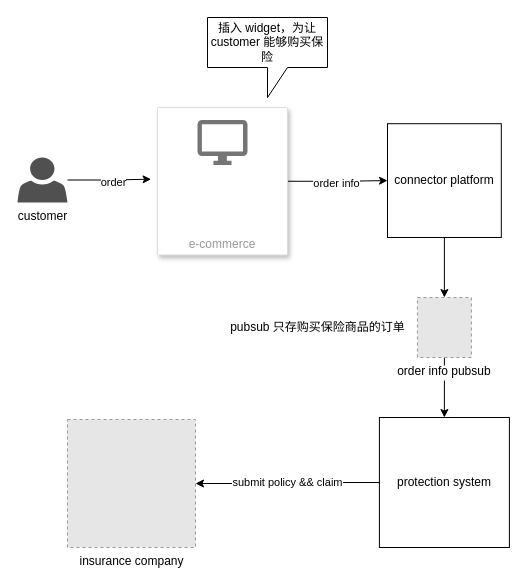
This is Untitled Diagram.drawio from ilikebug/drawio, a draw.io file, before an edit. Source tidied: cells renumbered, new cells numbered last; positions are measured from the earlier drawing's top-left corner, leaving out a move shared by most shapes. Both pictures are drawn from the tidied source at 100%, with x=0, y=0 at pixel (17, 17). Pictures stored in the file or linked from it are replaced by grey dashed boxes.
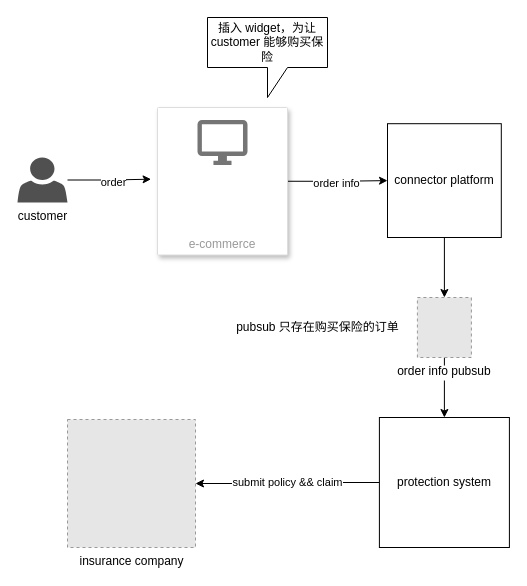
After the change.

Diff of the diagram source:
```diff
@@
 <mxGraphModel>
   <root>
     <mxCell id="0" />
     <mxCell id="1" parent="0" />
     <mxCell id="2" style="edgeStyle=orthogonalEdgeStyle;rounded=0;jettySize=auto;html=1;entryX=0.03;entryY=0.524;entryDx=0;entryDy=0;entryPerimeter=0;" parent="1" edge="1" source="4">
       <mxGeometry relative="1" as="geometry">
         <mxPoint x="133.6" y="161.7" as="targetPoint" />
       </mxGeometry>
     </mxCell>
     <mxCell id="3" value="order" style="edgeLabel;html=1;align=center;verticalAlign=middle;" parent="2" vertex="1">
       <mxGeometry x="0.1" y="-2" relative="1" as="geometry" />
     </mxCell>
     <mxCell id="4" value="customer&lt;br&gt;" style="sketch=0;shadow=0;dashed=0;html=1;strokeColor=none;fillColor=#505050;labelPosition=center;verticalLabelPosition=bottom;verticalAlign=top;outlineConnect=0;align=center;shape=mxgraph.office.users.user;" parent="1" vertex="1">
       <mxGeometry y="140" width="50" height="45" as="geometry" />
     </mxCell>
     <mxCell id="5" style="edgeStyle=orthogonalEdgeStyle;rounded=0;jettySize=auto;html=1;exitX=1;exitY=0.5;exitDx=0;exitDy=0;entryX=0;entryY=0.5;entryDx=0;entryDy=0;" parent="1" edge="1" source="7" target="13">
       <mxGeometry relative="1" as="geometry" />
     </mxCell>
     <mxCell id="6" value="order info" style="edgeLabel;html=1;align=center;verticalAlign=middle;" parent="5" vertex="1">
       <mxGeometry x="-0.02" y="-2" relative="1" as="geometry" />
     </mxCell>
     <mxCell id="7" value="e-commerce" style="strokeColor=#dddddd;shadow=1;strokeWidth=1;rounded=1;absoluteArcSize=1;arcSize=2;labelPosition=center;verticalLabelPosition=middle;align=center;verticalAlign=bottom;spacingLeft=0;fontColor=#999999;fontSize=12;whiteSpace=wrap;spacingBottom=2;" parent="1" vertex="1">
       <mxGeometry x="140" y="90" width="130" height="147.5" as="geometry" />
     </mxCell>
     <mxCell id="8" style="sketch=0;dashed=0;html=1;fillColor=#757575;strokeColor=none;shape=mxgraph.gcp2.desktop;" parent="7" vertex="1">
       <mxGeometry x="0.5" width="50" height="45" relative="1" as="geometry">
         <mxPoint x="-25" y="12.5" as="offset" />
       </mxGeometry>
     </mxCell>
     <mxCell id="9" value="插入 widget，为让 customer 能够购买保险" style="shape=callout;whiteSpace=wrap;html=1;perimeter=calloutPerimeter;" parent="1" vertex="1">
       <mxGeometry x="190" width="120" height="80" as="geometry" />
     </mxCell>
     <mxCell id="10" style="edgeStyle=orthogonalEdgeStyle;rounded=0;jettySize=auto;html=1;exitX=0.5;exitY=1;exitDx=0;exitDy=0;entryX=0.5;entryY=0;entryDx=0;entryDy=0;" parent="1" edge="1" source="11" target="15">
       <mxGeometry relative="1" as="geometry" />
     </mxCell>
     <mxCell id="11" value="order info pubsub" style="fillColor=#E6E6E6;strokeColor=#999999;dashed=1;verticalLabelPosition=bottom;labelBackgroundColor=#ffffff;verticalAlign=top;" parent="1" vertex="1">
       <mxGeometry x="399.9" y="280" width="54" height="60" as="geometry" />
     </mxCell>
     <mxCell id="12" style="edgeStyle=orthogonalEdgeStyle;rounded=0;jettySize=auto;html=1;exitX=0.5;exitY=1;exitDx=0;exitDy=0;entryX=0.5;entryY=0;entryDx=0;entryDy=0;" parent="1" edge="1" source="13" target="11">
       <mxGeometry relative="1" as="geometry" />
     </mxCell>
     <mxCell id="13" value="connector platform&lt;br&gt;" style="whiteSpace=wrap;html=1;" parent="1" vertex="1">
       <mxGeometry x="370" y="106.2" width="113.8" height="113.8" as="geometry" />
     </mxCell>
     <mxCell id="14" value="submit policy &amp;amp;&amp;amp; claim" style="edgeStyle=orthogonalEdgeStyle;rounded=0;jettySize=auto;html=1;exitX=0;exitY=0.5;exitDx=0;exitDy=0;entryX=1;entryY=0.5;entryDx=0;entryDy=0;" parent="1" edge="1" source="15" target="16">
       <mxGeometry relative="1" as="geometry" />
     </mxCell>
     <mxCell id="15" value="protection system&lt;br&gt;" style="whiteSpace=wrap;html=1;" parent="1" vertex="1">
       <mxGeometry x="361.9" y="400" width="130" height="130" as="geometry" />
     </mxCell>
     <mxCell id="16" value="insurance company" style="fillColor=#E6E6E6;strokeColor=#999999;dashed=1;html=1;verticalAlign=top;verticalLabelPosition=bottom;labelBackgroundColor=#ffffff;" parent="1" vertex="1">
       <mxGeometry x="50" y="402" width="128" height="128" as="geometry" />
     </mxCell>
-    <mxCell id="17" value="pubsub 只存购买保险商品的订单" style="text;html=1;align=center;verticalAlign=middle;strokeColor=none;fillColor=none;" parent="1" vertex="1">
-      <mxGeometry x="199.9" y="295" width="200" height="30" as="geometry" />
+    <mxCell id="17" value="pubsub 只存在购买保险的订单" style="text;html=1;align=center;verticalAlign=middle;strokeColor=none;fillColor=none;" parent="1" vertex="1">
+      <mxGeometry x="204.9" y="295" width="190" height="30" as="geometry" />
     </mxCell>
   </root>
 </mxGraphModel>
```
